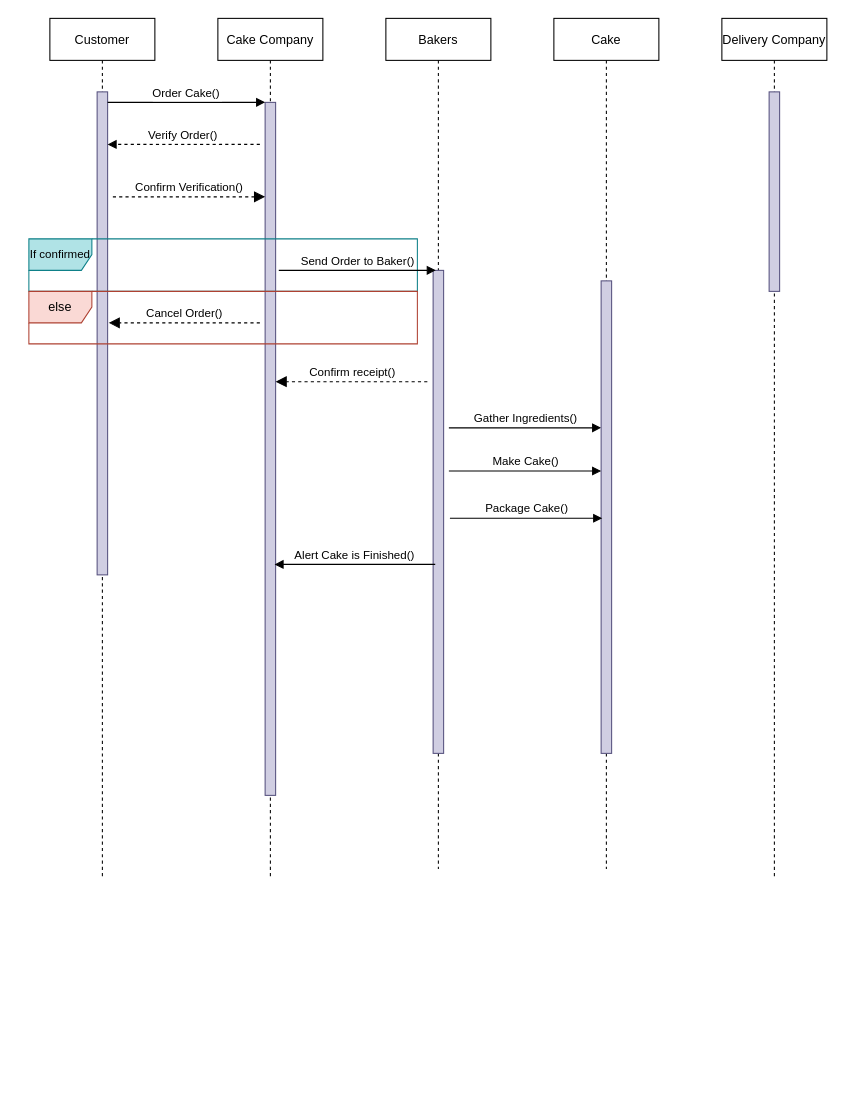
This is planning/Untitled Diagram.drawio from ligipop/PlanningSolutions, a draw.io file, before an edit. Source tidied: cells renumbered, new cells numbered last; positions are measured from the earlier drawing's top-left corner, leaving out a move shared by most shapes. Both pictures are drawn from the tidied source at 105%, with x=0, y=0 at pixel (28, 18).
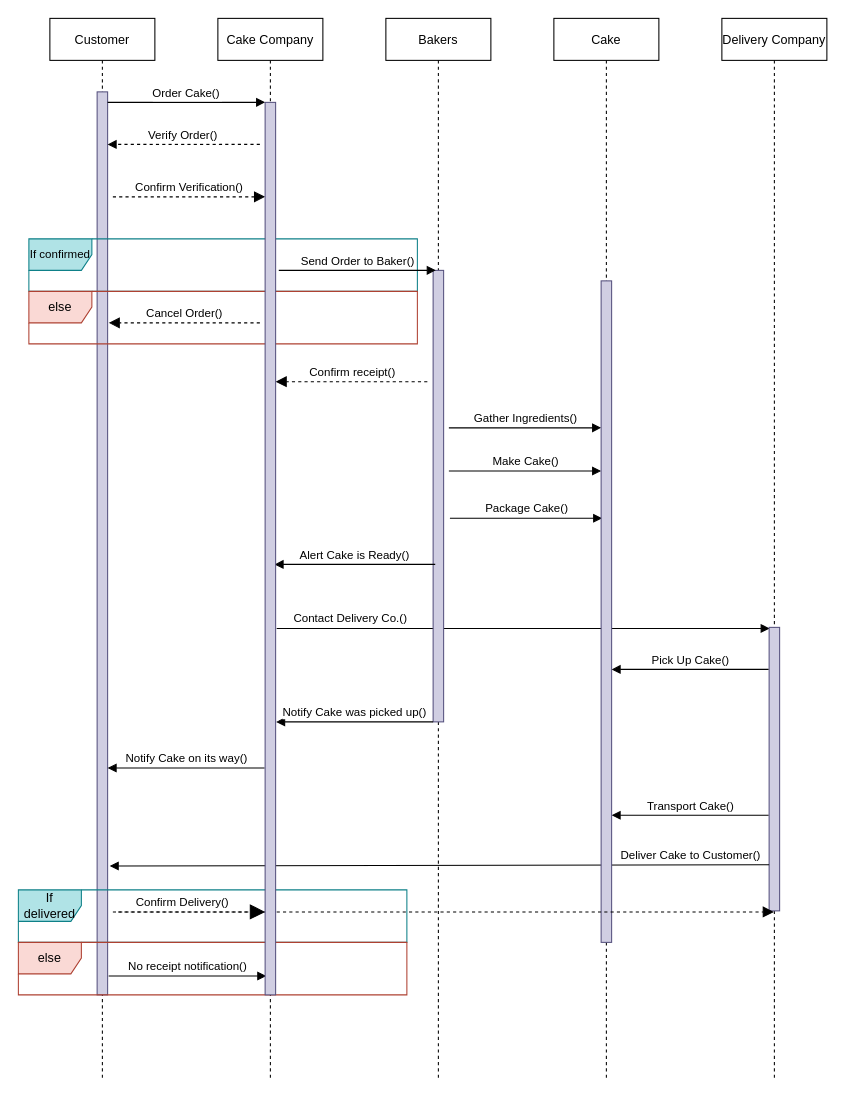
After the change.

Commit message:
Update Cake Order and Delivery Sequence.drawio

Change to the diagram source:
```diff
@@
     <mxCell id="2" value="Customer" style="shape=umlLifeline;perimeter=lifelinePerimeter;rounded=0;shadow=0;strokeWidth=1;" parent="1" vertex="1">
-      <mxGeometry x="20" width="100" height="820" as="geometry" />
+      <mxGeometry x="20" width="100" height="1010" as="geometry" />
     </mxCell>
     <mxCell id="3" style="points=[];perimeter=orthogonalPerimeter;rounded=0;shadow=0;strokeWidth=1;fillColor=#d0cee2;strokeColor=#56517e;" parent="2" vertex="1">
-      <mxGeometry x="45" y="70" width="10" height="460" as="geometry" />
+      <mxGeometry x="45" y="70" width="10" height="860" as="geometry" />
     </mxCell>
+    <mxCell id="24" value="Notify Cake on its way()" style="html=1;verticalAlign=bottom;endArrow=block;rounded=0;fontSize=11;" parent="2" edge="1">
+      <mxGeometry relative="1" as="geometry">
+        <mxPoint x="204.5" y="714" as="sourcePoint" />
+        <mxPoint x="55" y="714" as="targetPoint" />
+      </mxGeometry>
+    </mxCell>
     <mxCell id="4" value="Cake Company" style="shape=umlLifeline;perimeter=lifelinePerimeter;rounded=0;shadow=0;strokeWidth=1;" parent="1" vertex="1">
-      <mxGeometry x="180" width="100" height="820" as="geometry" />
+      <mxGeometry x="180" width="100" height="1010" as="geometry" />
     </mxCell>
-    <mxCell id="5" style="points=[];perimeter=orthogonalPerimeter;rounded=0;shadow=0;strokeWidth=1;fillColor=#d0cee2;strokeColor=#56517e;" parent="4" vertex="1">
-      <mxGeometry x="45" y="80" width="10" height="660" as="geometry" />
-    </mxCell>
+    <mxCell id="25" value="Contact Delivery Co.()" style="html=1;verticalAlign=bottom;endArrow=block;rounded=0;fontSize=11;" parent="4" edge="1">
+      <mxGeometry x="-0.7" y="1" relative="1" as="geometry">
+        <mxPoint x="56" y="581" as="sourcePoint" />
+        <mxPoint x="525.5" y="581" as="targetPoint" />
+      </mxGeometry>
+    </mxCell>
-    <mxCell id="6" value="Order Cake()" style="verticalAlign=bottom;endArrow=block;entryX=0;entryY=0;shadow=0;strokeWidth=1;" parent="1" edge="1" source="3" target="5">
-      <mxGeometry relative="1" as="geometry" />
+    <mxCell id="6" value="Order Cake()" style="verticalAlign=bottom;endArrow=block;entryX=0;entryY=0;shadow=0;strokeWidth=1;" parent="1" edge="1" source="3">
+      <mxGeometry relative="1" as="geometry">
+        <mxPoint x="225" y="80" as="targetPoint" />
+      </mxGeometry>
     </mxCell>
@@
-    <mxCell id="8" value="Confirm Verification()" style="verticalAlign=bottom;endArrow=block;dashed=1;endSize=8;shadow=0;strokeWidth=1;endFill=1;" parent="1" edge="1" target="5">
+    <mxCell id="8" value="Confirm Verification()" style="verticalAlign=bottom;endArrow=block;dashed=1;endSize=8;shadow=0;strokeWidth=1;endFill=1;" parent="1" edge="1">
       <mxGeometry relative="1" as="geometry">
         <mxPoint x="80" y="170" as="sourcePoint" />
+        <mxPoint x="225" y="170" as="targetPoint" />
         <Array as="points">
           <mxPoint x="160" y="170" />
         </Array>
       </mxGeometry>
     </mxCell>
     <mxCell id="9" value="Bakers" style="shape=umlLifeline;perimeter=lifelinePerimeter;rounded=0;shadow=0;strokeWidth=1;" parent="1" vertex="1">
-      <mxGeometry x="340" width="100" height="810" as="geometry" />
+      <mxGeometry x="340" width="100" height="1010" as="geometry" />
     </mxCell>
     <mxCell id="10" style="perimeter=orthogonalPerimeter;rounded=0;shadow=0;strokeWidth=1;fillColor=#d0cee2;strokeColor=#56517e;" parent="9" vertex="1">
-      <mxGeometry x="45" y="240" width="10" height="460" as="geometry" />
+      <mxGeometry x="45" y="240" width="10" height="430" as="geometry" />
     </mxCell>
@@
+    <mxCell id="26" value="Notify Cake was picked up()" style="html=1;verticalAlign=bottom;endArrow=block;rounded=0;fontSize=11;" parent="9" edge="1">
+      <mxGeometry relative="1" as="geometry">
+        <mxPoint x="45" y="670" as="sourcePoint" />
+        <mxPoint x="-104.5" y="670" as="targetPoint" />
+      </mxGeometry>
+    </mxCell>
     <mxCell id="13" value="Cake" style="shape=umlLifeline;perimeter=lifelinePerimeter;rounded=0;shadow=0;strokeWidth=1;" parent="1" vertex="1">
-      <mxGeometry x="500" width="100" height="810" as="geometry" />
+      <mxGeometry x="500" width="100" height="1010" as="geometry" />
     </mxCell>
-    <mxCell id="14" style="perimeter=orthogonalPerimeter;rounded=0;shadow=0;strokeWidth=1;fillColor=#d0cee2;strokeColor=#56517e;" parent="13" vertex="1">
-      <mxGeometry x="45" y="250" width="10" height="450" as="geometry" />
-    </mxCell>
     <mxCell id="15" value="Delivery Company" style="shape=umlLifeline;perimeter=lifelinePerimeter;rounded=0;shadow=0;strokeWidth=1;" parent="1" vertex="1">
-      <mxGeometry x="660" width="100" height="820" as="geometry" />
+      <mxGeometry x="660" width="100" height="1010" as="geometry" />
     </mxCell>
     <mxCell id="16" style="perimeter=orthogonalPerimeter;rounded=0;shadow=0;strokeWidth=1;fillColor=#d0cee2;strokeColor=#56517e;" parent="15" vertex="1">
-      <mxGeometry x="45" y="70" width="10" height="190" as="geometry" />
+      <mxGeometry x="45" y="580" width="10" height="270" as="geometry" />
     </mxCell>
+    <mxCell id="27" value="Transport Cake()" style="html=1;verticalAlign=bottom;endArrow=block;rounded=0;fontSize=11;" parent="15" edge="1">
+      <mxGeometry relative="1" as="geometry">
+        <mxPoint x="44.5" y="759" as="sourcePoint" />
+        <mxPoint x="-105" y="759" as="targetPoint" />
+      </mxGeometry>
+    </mxCell>
@@
-    <mxCell id="23" value="Alert Cake is Finished()" style="html=1;verticalAlign=bottom;endArrow=block;rounded=0;fontSize=11;" parent="1" edge="1">
+    <mxCell id="23" value="Alert Cake is Ready()" style="html=1;verticalAlign=bottom;endArrow=block;rounded=0;fontSize=11;" parent="1" edge="1">
       <mxGeometry relative="1" as="geometry">
         <mxPoint x="387" y="520" as="sourcePoint" />
         <mxPoint x="234" y="520" as="targetPoint" />
       </mxGeometry>
     </mxCell>
+    <mxCell id="28" value="Pick Up Cake()" style="html=1;verticalAlign=bottom;endArrow=block;rounded=0;fontSize=11;" parent="1" edge="1">
+      <mxGeometry relative="1" as="geometry">
+        <mxPoint x="704.5" y="620" as="sourcePoint" />
+        <mxPoint x="555" y="620" as="targetPoint" />
+      </mxGeometry>
+    </mxCell>
+    <mxCell id="29" value="Deliver Cake to Customer()" style="html=1;verticalAlign=bottom;endArrow=block;rounded=0;fontSize=11;entryX=1.2;entryY=0.827;entryDx=0;entryDy=0;entryPerimeter=0;" parent="1" edge="1">
+      <mxGeometry x="-0.76" relative="1" as="geometry">
+        <mxPoint x="705" y="806" as="sourcePoint" />
+        <mxPoint x="77" y="807.2" as="targetPoint" />
+      </mxGeometry>
+    </mxCell>
+    <mxCell id="30" style="perimeter=orthogonalPerimeter;rounded=0;shadow=0;strokeWidth=1;fillColor=#d0cee2;strokeColor=#56517e;" parent="1" vertex="1">
+      <mxGeometry x="545" y="250" width="10" height="630" as="geometry" />
+    </mxCell>
+    <mxCell id="31" value="Confirm Delivery()" style="html=1;verticalAlign=bottom;endArrow=block;dashed=1;endSize=8;rounded=0;fontSize=11;endFill=1;" parent="1" edge="1" target="15">
+      <mxGeometry x="-0.79" relative="1" as="geometry">
+        <mxPoint x="80" y="851" as="sourcePoint" />
+      </mxGeometry>
+    </mxCell>
+    <mxCell id="32" style="endArrow=block;dashed=1;endFill=1;endSize=12;html=1;rounded=0;fontSize=11;" parent="1" edge="1">
+      <mxGeometry relative="1" as="geometry">
+        <mxPoint x="85" y="851" as="sourcePoint" />
+        <mxPoint x="225" y="851" as="targetPoint" />
+      </mxGeometry>
+    </mxCell>
+    <mxCell id="33" value="&lt;div&gt;If delivered&lt;/div&gt;" style="shape=umlFrame;whiteSpace=wrap;html=1;fillColor=#b0e3e6;strokeColor=#0e8088;" parent="1" vertex="1">
+      <mxGeometry x="-10" y="830" width="370" height="50" as="geometry" />
+    </mxCell>
+    <mxCell id="34" value="else" style="shape=umlFrame;whiteSpace=wrap;html=1;fillColor=#fad9d5;strokeColor=#ae4132;" parent="1" vertex="1">
+      <mxGeometry x="-10" y="880" width="370" height="50" as="geometry" />
+    </mxCell>
+    <mxCell id="35" value="No receipt notification()" style="html=1;verticalAlign=bottom;endArrow=block;rounded=0;fontSize=11;entryX=0.649;entryY=0.6;entryDx=0;entryDy=0;entryPerimeter=0;" parent="1" edge="1">
+      <mxGeometry relative="1" as="geometry">
+        <mxPoint x="76" y="912" as="sourcePoint" />
+        <mxPoint x="226.1" y="912" as="targetPoint" />
+      </mxGeometry>
+    </mxCell>
+    <mxCell id="36" style="perimeter=orthogonalPerimeter;rounded=0;shadow=0;strokeWidth=1;fillColor=#d0cee2;strokeColor=#56517e;" parent="1" vertex="1">
+      <mxGeometry x="225" y="80" width="10" height="850" as="geometry" />
+    </mxCell>
```
